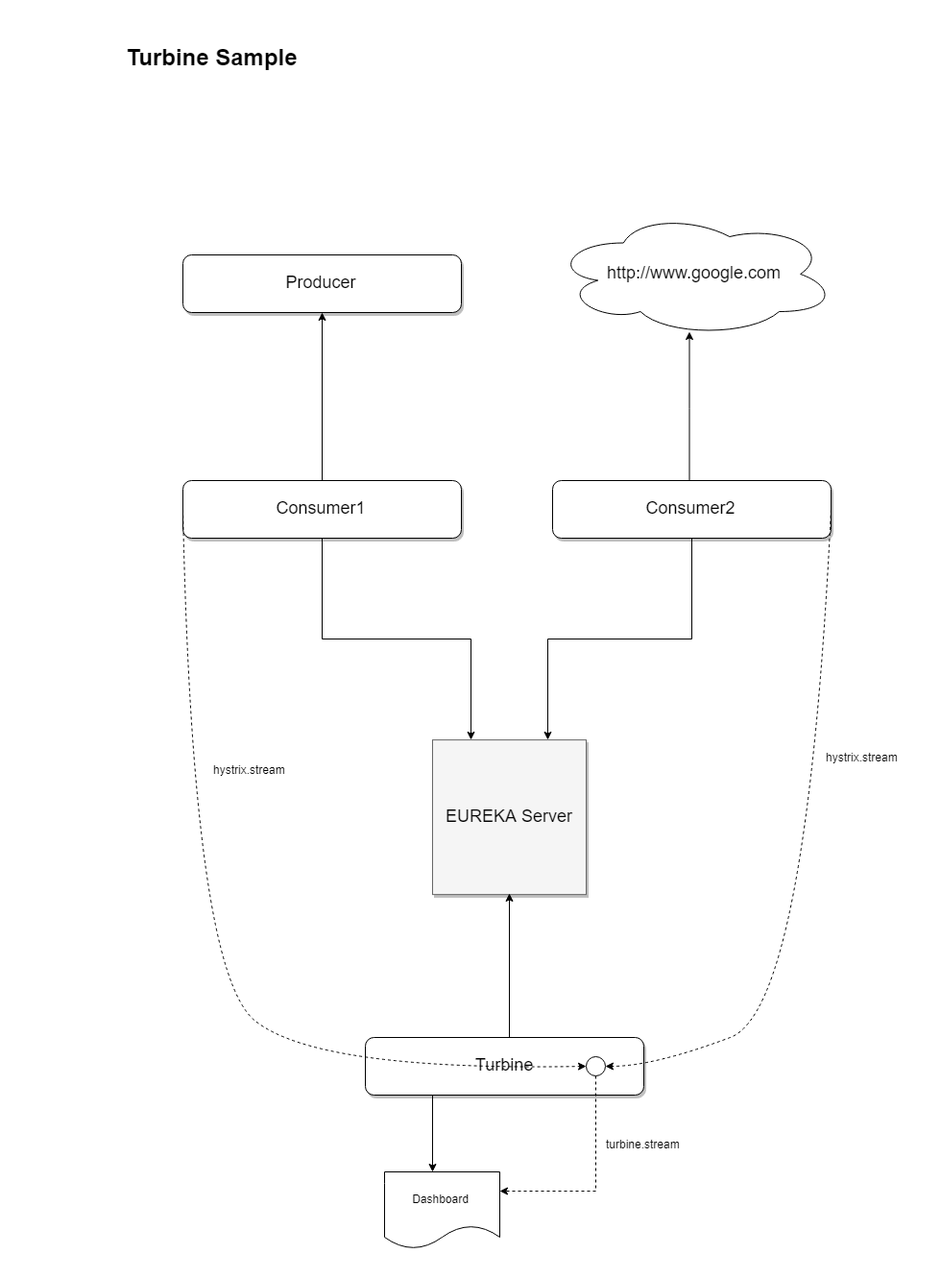
This is turbine-sample.png from usmananwar/turbine-sample, a draw.io export, as it was before one commit. Source tidied: cells renumbered, new cells last; positions are measured from the earlier drawing's top-left corner, leaving out a move shared by most shapes. Source of this version:
```xml
<mxGraphModel>
  <root>
    <mxCell id="0" />
    <mxCell id="1" parent="0" />
    <mxCell id="2" value="&lt;h1&gt;Turbine Sample&lt;/h1&gt;" style="text;html=1;strokeColor=none;fillColor=none;spacing=5;spacingTop=-20;whiteSpace=wrap;overflow=hidden;rounded=0;shadow=1;align=center;" parent="1" vertex="1">
      <mxGeometry width="380" height="50" as="geometry" />
    </mxCell>
    <mxCell id="3" value="EUREKA Server" style="whiteSpace=wrap;html=1;shadow=1;fontSize=18;fillColor=#f5f5f5;strokeColor=#666666;" parent="1" vertex="1">
      <mxGeometry x="420" y="730.1" width="160" height="161" as="geometry" />
    </mxCell>
    <mxCell id="4" style="edgeStyle=orthogonalEdgeStyle;rounded=0;jettySize=auto;html=1;entryX=0.483;entryY=0.965;entryDx=0;entryDy=0;entryPerimeter=0;" parent="1" edge="1" source="6" target="11">
      <mxGeometry relative="1" as="geometry">
        <Array as="points">
          <mxPoint x="687" y="385" />
        </Array>
      </mxGeometry>
    </mxCell>
    <mxCell id="5" style="edgeStyle=orthogonalEdgeStyle;rounded=0;jettySize=auto;html=1;entryX=0.75;entryY=0;entryDx=0;entryDy=0;" parent="1" edge="1" source="6" target="3">
      <mxGeometry relative="1" as="geometry" />
    </mxCell>
    <mxCell id="6" value="Consumer2" style="whiteSpace=wrap;html=1;shadow=1;fontSize=18;rounded=1;" parent="1" vertex="1">
      <mxGeometry x="545" y="460" width="290" height="60" as="geometry" />
    </mxCell>
    <mxCell id="7" style="edgeStyle=orthogonalEdgeStyle;rounded=0;jettySize=auto;html=1;entryX=0.5;entryY=1;entryDx=0;entryDy=0;" parent="1" edge="1" source="9" target="10">
      <mxGeometry relative="1" as="geometry" />
    </mxCell>
    <mxCell id="8" style="edgeStyle=orthogonalEdgeStyle;rounded=0;jettySize=auto;html=1;entryX=0.25;entryY=0;entryDx=0;entryDy=0;" parent="1" edge="1" source="9" target="3">
      <mxGeometry relative="1" as="geometry" />
    </mxCell>
    <mxCell id="9" value="Consumer1" style="whiteSpace=wrap;html=1;shadow=1;fontSize=18;rounded=1;" parent="1" vertex="1">
      <mxGeometry x="160" y="460" width="290" height="60" as="geometry" />
    </mxCell>
    <mxCell id="10" value="Producer" style="whiteSpace=wrap;html=1;shadow=1;fontSize=18;rounded=1;" parent="1" vertex="1">
      <mxGeometry x="160" y="225" width="290" height="60" as="geometry" />
    </mxCell>
    <mxCell id="11" value="&lt;span style=&quot;font-size: 18px&quot;&gt;http://www.google.com&lt;/span&gt;" style="ellipse;shape=cloud;whiteSpace=wrap;html=1;" parent="1" vertex="1">
      <mxGeometry x="545" y="180" width="295" height="130" as="geometry" />
    </mxCell>
    <mxCell id="12" style="edgeStyle=orthogonalEdgeStyle;rounded=0;jettySize=auto;html=1;entryX=0.5;entryY=1;entryDx=0;entryDy=0;" parent="1" edge="1" source="14" target="3">
      <mxGeometry relative="1" as="geometry">
        <Array as="points">
          <mxPoint x="500" y="1100" />
          <mxPoint x="500" y="1100" />
        </Array>
      </mxGeometry>
    </mxCell>
    <mxCell id="13" style="edgeStyle=orthogonalEdgeStyle;rounded=0;jettySize=auto;html=1;" parent="1" edge="1" source="14">
      <mxGeometry relative="1" as="geometry">
        <mxPoint x="420" y="1180" as="targetPoint" />
        <Array as="points">
          <mxPoint x="420" y="1180" />
        </Array>
      </mxGeometry>
    </mxCell>
    <mxCell id="14" value="Turbine" style="whiteSpace=wrap;html=1;shadow=1;fontSize=18;rounded=1;" parent="1" vertex="1">
      <mxGeometry x="350" y="1040" width="290" height="60" as="geometry" />
    </mxCell>
    <mxCell id="15" style="curved=1;endArrow=classic;html=1;exitX=0;exitY=0.5;exitDx=0;exitDy=0;dashed=1;entryX=0;entryY=0.5;entryDx=0;entryDy=0;" parent="1" edge="1" source="9" target="20">
      <mxGeometry relative="1" as="geometry">
        <Array as="points">
          <mxPoint x="170" y="970" />
          <mxPoint x="300" y="1075" />
        </Array>
      </mxGeometry>
    </mxCell>
    <mxCell id="16" style="curved=1;endArrow=classic;html=1;exitX=1;exitY=0.5;exitDx=0;exitDy=0;entryX=1;entryY=0.5;entryDx=0;entryDy=0;dashed=1;" parent="1" edge="1" source="6" target="20">
      <mxGeometry relative="1" as="geometry">
        <Array as="points">
          <mxPoint x="810" y="1010" />
          <mxPoint x="650" y="1070" />
        </Array>
      </mxGeometry>
    </mxCell>
    <mxCell id="17" value="hystrix.stream" style="text;html=1;align=left;verticalAlign=top;spacingTop=-4;" parent="1" vertex="1">
      <mxGeometry x="828" y="739" width="90" height="20" as="geometry" />
    </mxCell>
    <mxCell id="18" value="hystrix.stream" style="text;html=1;align=left;verticalAlign=top;spacingTop=-4;" parent="1" vertex="1">
      <mxGeometry x="190" y="752" width="90" height="20" as="geometry" />
    </mxCell>
    <mxCell id="19" style="edgeStyle=orthogonalEdgeStyle;rounded=0;jettySize=auto;html=1;dashed=1;entryX=1;entryY=0.25;entryDx=0;entryDy=0;" parent="1" edge="1" source="20" target="21">
      <mxGeometry relative="1" as="geometry">
        <Array as="points">
          <mxPoint x="590" y="1200" />
        </Array>
      </mxGeometry>
    </mxCell>
    <mxCell id="20" style="ellipse;whiteSpace=wrap;html=1;" parent="1" vertex="1">
      <mxGeometry x="580" y="1060" width="20" height="20" as="geometry" />
    </mxCell>
    <mxCell id="21" value="Dashboard" style="shape=document;whiteSpace=wrap;html=1;boundedLbl=1;" parent="1" vertex="1">
      <mxGeometry x="370" y="1180" width="120" height="80" as="geometry" />
    </mxCell>
    <mxCell id="22" value="turbine.stream" style="text;html=1;align=left;verticalAlign=top;spacingTop=-4;" parent="1" vertex="1">
      <mxGeometry x="599" y="1142" width="90" height="20" as="geometry" />
    </mxCell>
  </root>
</mxGraphModel>
```
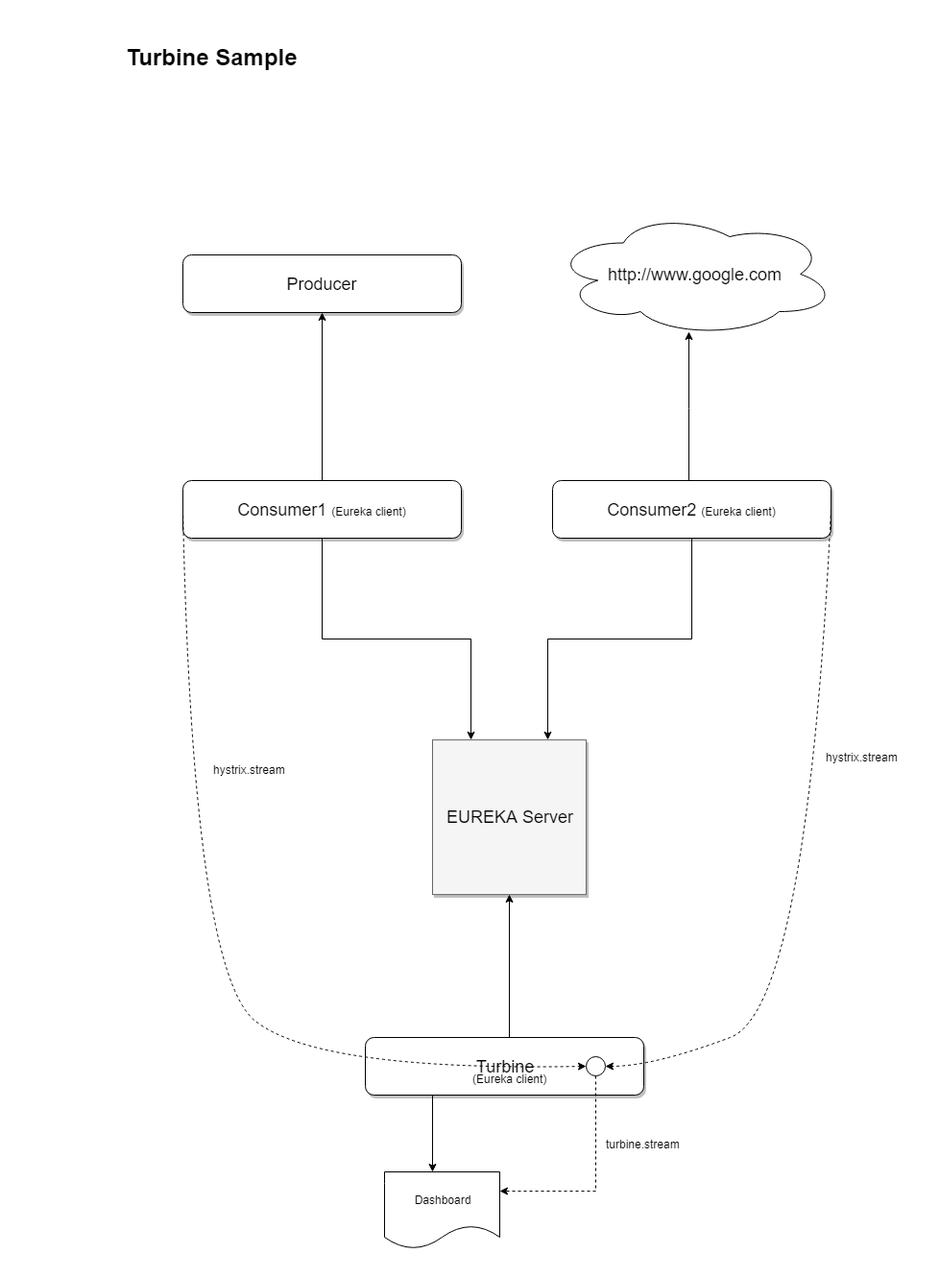
After the change.

The edit, as a diff of the source:
```diff
@@ -18,7 +18,7 @@
     <mxCell id="5" style="edgeStyle=orthogonalEdgeStyle;rounded=0;jettySize=auto;html=1;entryX=0.75;entryY=0;entryDx=0;entryDy=0;" parent="1" edge="1" source="6" target="3">
       <mxGeometry relative="1" as="geometry" />
     </mxCell>
-    <mxCell id="6" value="Consumer2" style="whiteSpace=wrap;html=1;shadow=1;fontSize=18;rounded=1;" parent="1" vertex="1">
+    <mxCell id="6" value="Consumer2&amp;nbsp;&lt;span style=&quot;font-size: 12px&quot;&gt;(Eureka client)&lt;/span&gt;" style="whiteSpace=wrap;html=1;shadow=1;fontSize=18;rounded=1;" parent="1" vertex="1">
       <mxGeometry x="545" y="460" width="290" height="60" as="geometry" />
     </mxCell>
     <mxCell id="7" style="edgeStyle=orthogonalEdgeStyle;rounded=0;jettySize=auto;html=1;entryX=0.5;entryY=1;entryDx=0;entryDy=0;" parent="1" edge="1" source="9" target="10">
@@ -27,7 +27,7 @@
     <mxCell id="8" style="edgeStyle=orthogonalEdgeStyle;rounded=0;jettySize=auto;html=1;entryX=0.25;entryY=0;entryDx=0;entryDy=0;" parent="1" edge="1" source="9" target="3">
       <mxGeometry relative="1" as="geometry" />
     </mxCell>
-    <mxCell id="9" value="Consumer1" style="whiteSpace=wrap;html=1;shadow=1;fontSize=18;rounded=1;" parent="1" vertex="1">
+    <mxCell id="9" value="Consumer1 &lt;font style=&quot;font-size: 12px&quot;&gt;(Eureka client)&lt;/font&gt;" style="whiteSpace=wrap;html=1;shadow=1;fontSize=18;rounded=1;" parent="1" vertex="1">
       <mxGeometry x="160" y="460" width="290" height="60" as="geometry" />
     </mxCell>
     <mxCell id="10" value="Producer" style="whiteSpace=wrap;html=1;shadow=1;fontSize=18;rounded=1;" parent="1" vertex="1">
@@ -93,5 +93,8 @@
     <mxCell id="22" value="turbine.stream" style="text;html=1;align=left;verticalAlign=top;spacingTop=-4;" parent="1" vertex="1">
       <mxGeometry x="599" y="1142" width="90" height="20" as="geometry" />
     </mxCell>
+    <mxCell id="23" value="(Eureka client)" style="text;html=1;" parent="1" vertex="1">
+      <mxGeometry x="460" y="1070" width="100" height="30" as="geometry" />
+    </mxCell>
   </root>
 </mxGraphModel>
```
